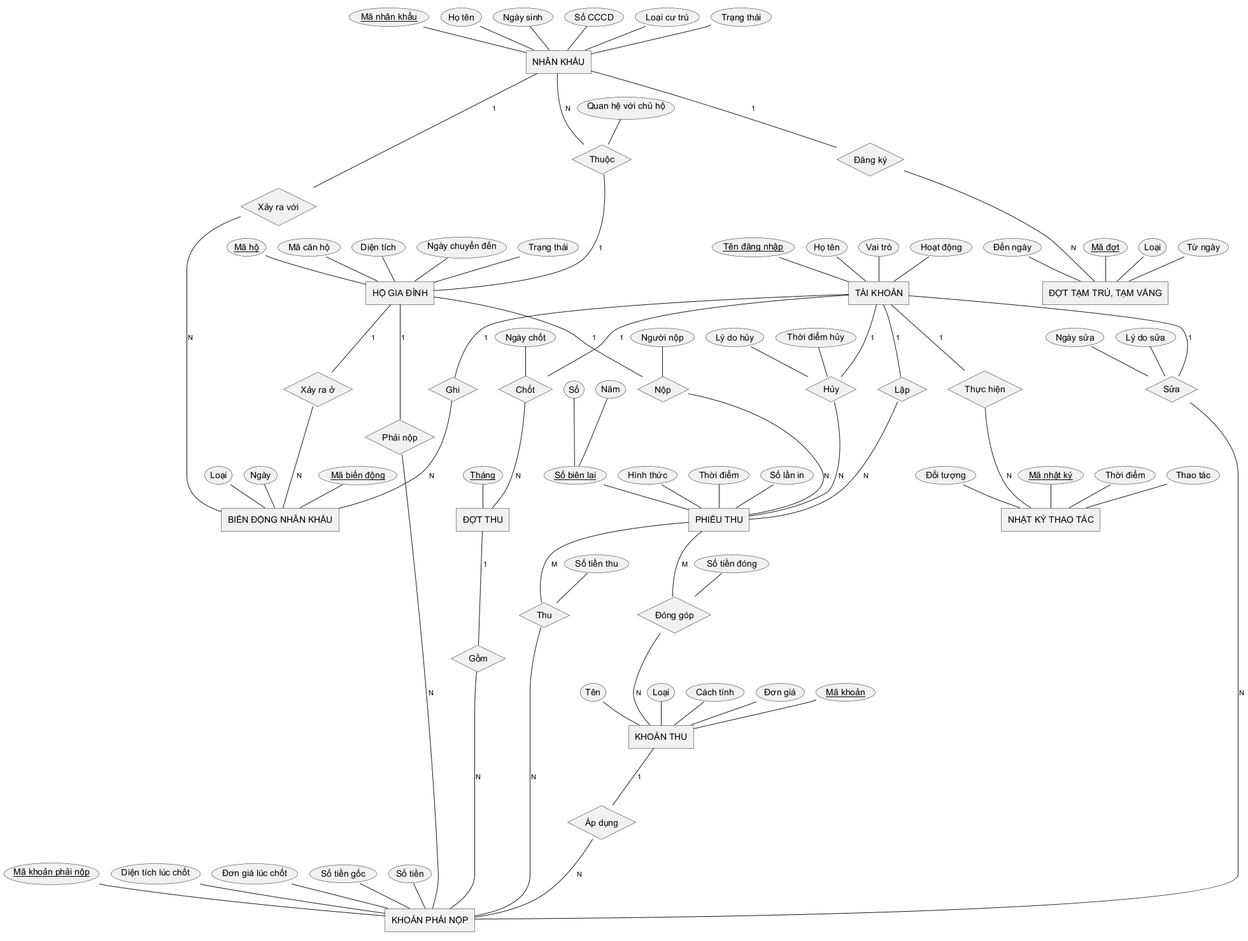
Above: docs/design/so-do/erd-khai-niem.png in khanhdoan4106/IT3180-NMCNPM-GR16-20261 (PlantUML), before the change. Its source is kept beside it as docs/design/so-do/erd-khai-niem.puml.
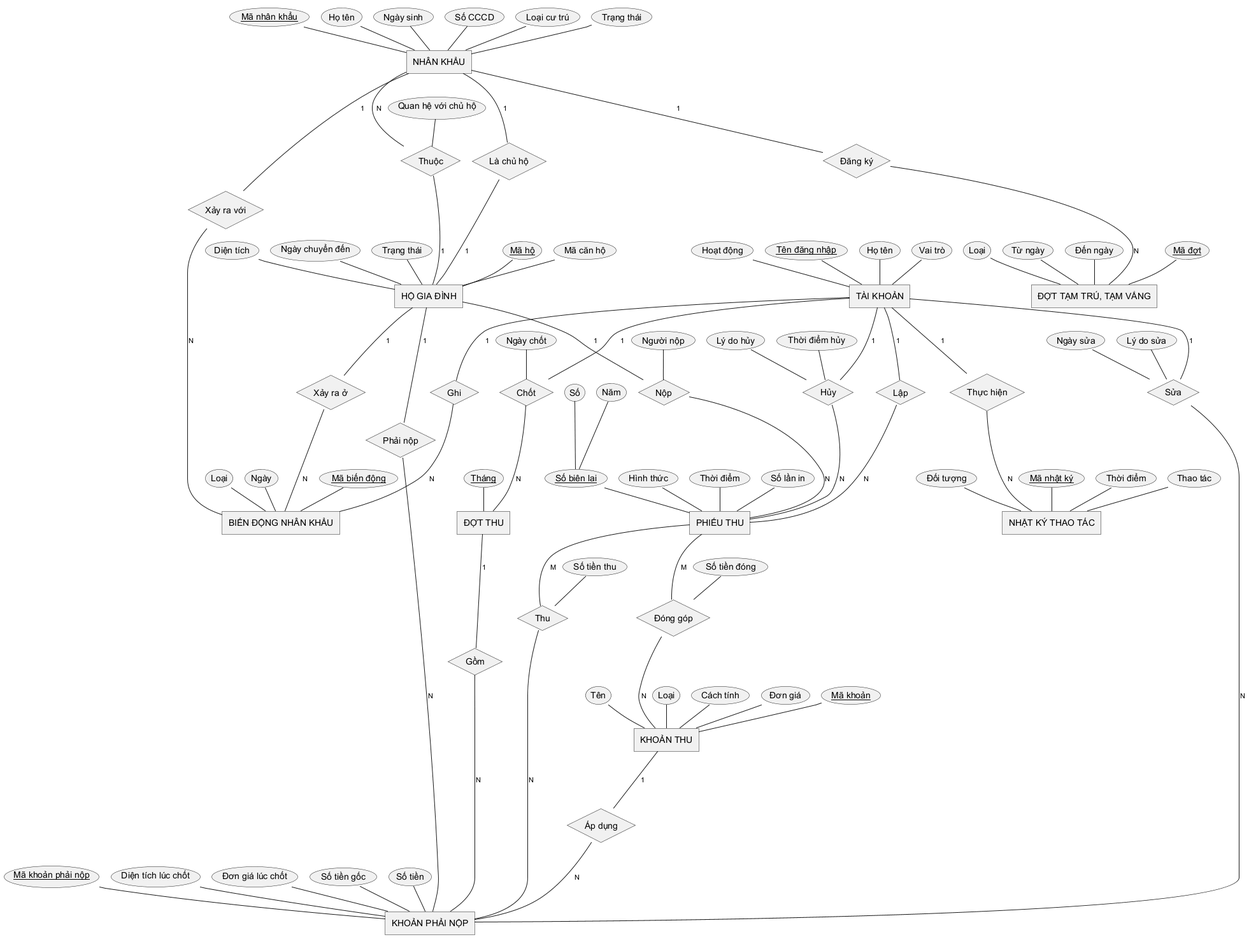
The same diagram one commit later.

What changed in the source:
```diff
@@ -79,6 +79,8 @@
 relationship "Thuộc" as THUOC {
   Quan hệ với chủ hộ
 }
+relationship "Là chủ hộ" as LACHUHO {
+}
 relationship "Đăng ký" as DANGKY {
 }
 relationship "Xảy ra với" as XAYRAVOI {
@@ -120,6 +122,8 @@
 
 NK -N- THUOC
 THUOC -1- HO
+NK -1- LACHUHO
+LACHUHO -1- HO
 NK -1- DANGKY
 DANGKY -N- DOT
 NK -1- XAYRAVOI
```
